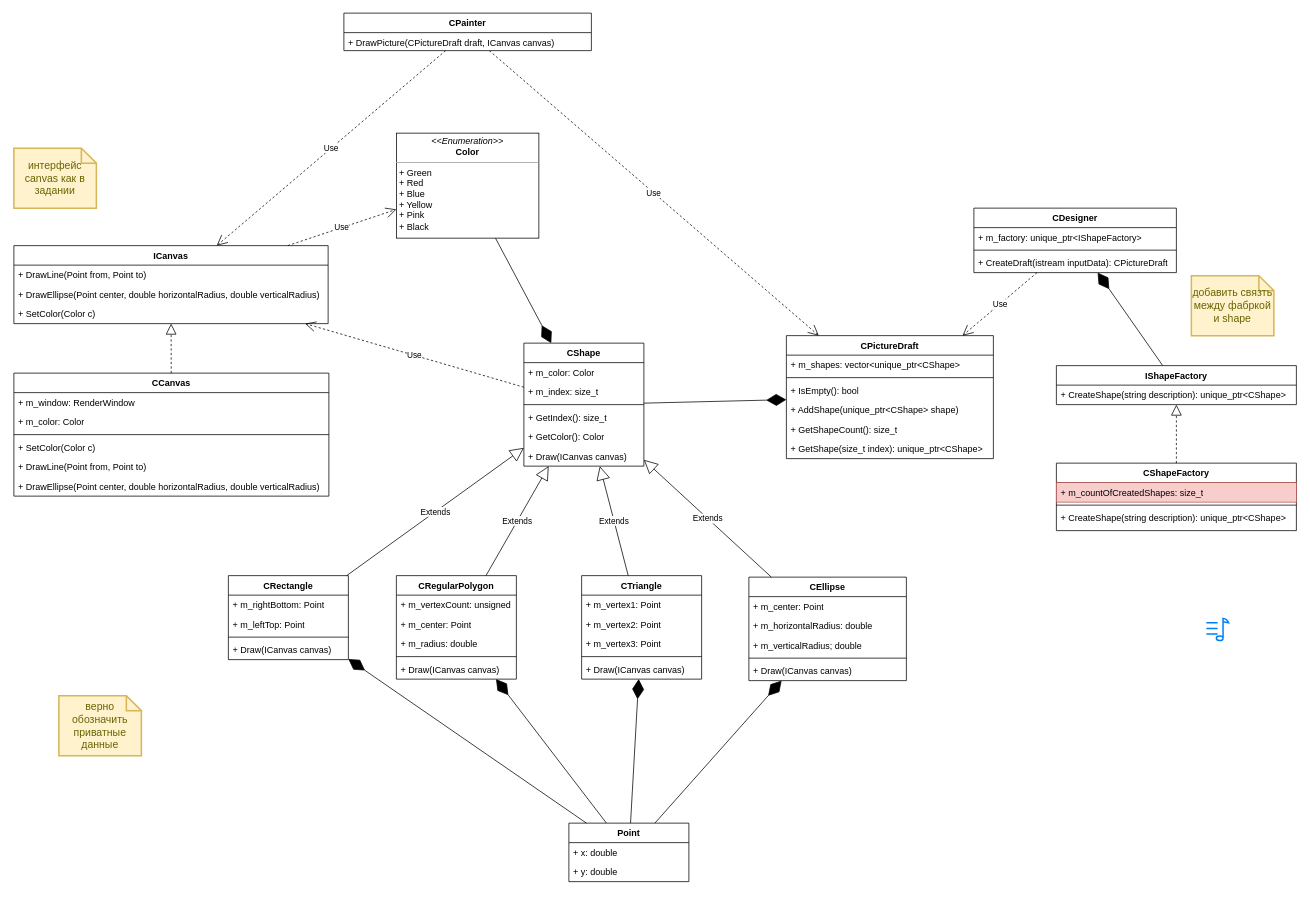
The draw.io diagram lab4/lab4Diagram.drawio in amfunNylord/ood, before the edit. Source tidied: cells renumbered, new cells numbered last; positions are measured from the earlier drawing's top-left corner, leaving out a move shared by most shapes. Both pictures are drawn from the tidied source at 75%, with x=0, y=0 at pixel (14, 13).
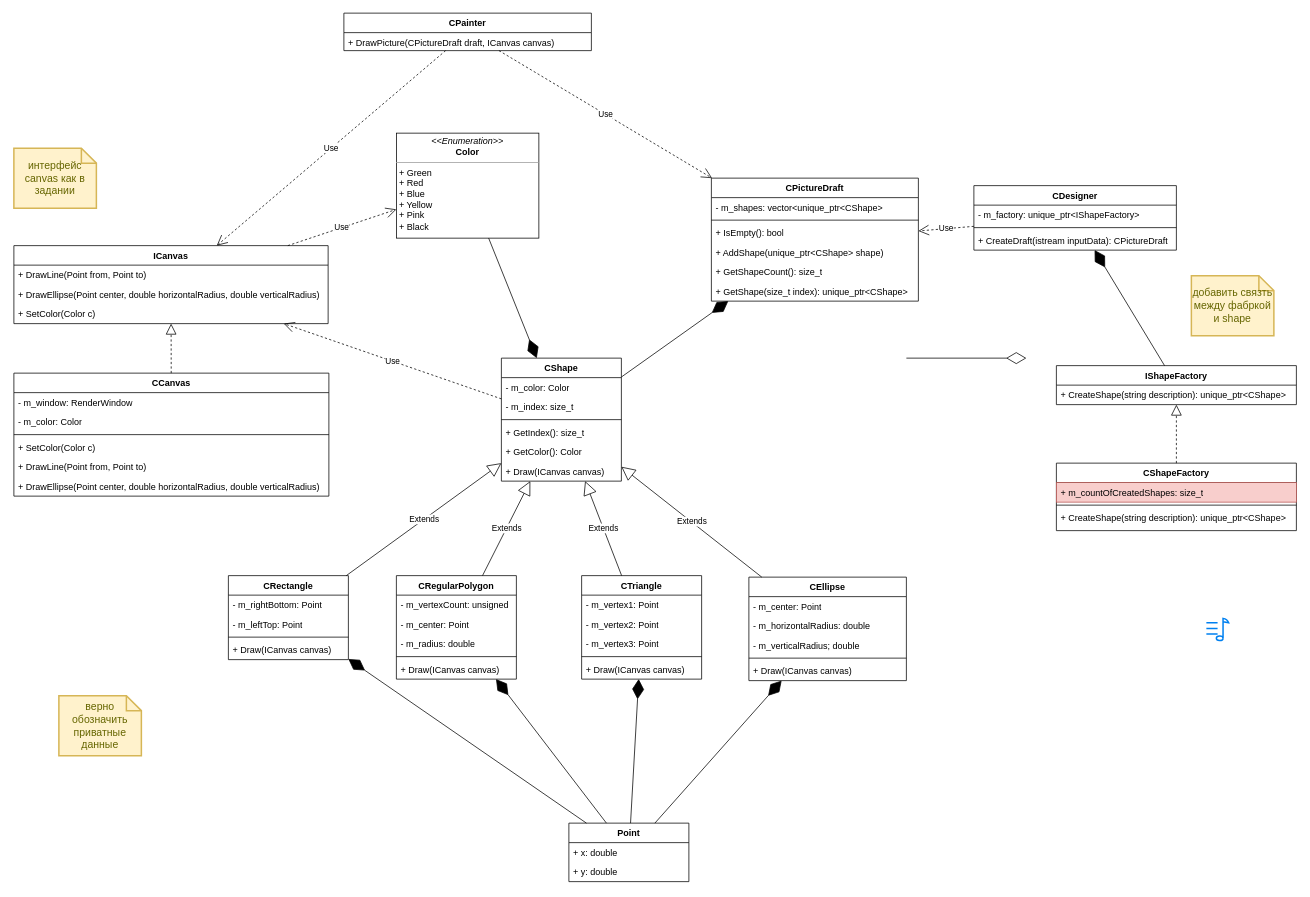
The same page after the edit.

The change refers to these unchanged cells:
```xml
<mxCell id="11" value="CCanvas" style="swimlane;fontStyle=1;align=center;verticalAlign=top;horizontal=1;startSize=26;whiteSpace=wrap;html=1;" parent="1" vertex="1">
  <mxGeometry y="480" width="420" height="164" as="geometry" />
</mxCell>
<mxCell id="22" value="CEllipse" style="swimlane;fontStyle=1;align=center;verticalAlign=top;horizontal=1;startSize=26;whiteSpace=wrap;html=1;" parent="1" vertex="1">
  <mxGeometry x="980" y="752" width="210" height="138" as="geometry" />
</mxCell>
<mxCell id="28" value="CRectangle" style="swimlane;fontStyle=1;align=center;verticalAlign=top;horizontal=1;startSize=26;whiteSpace=wrap;html=1;" parent="1" vertex="1">
  <mxGeometry x="286" y="750" width="160" height="112" as="geometry" />
</mxCell>
<mxCell id="33" value="CRegularPolygon" style="swimlane;fontStyle=1;align=center;verticalAlign=top;horizontal=1;startSize=26;whiteSpace=wrap;html=1;" parent="1" vertex="1">
  <mxGeometry x="510" y="750" width="160" height="138" as="geometry" />
</mxCell>
<mxCell id="50" value="CTriangle" style="swimlane;fontStyle=1;align=center;verticalAlign=top;horizontal=1;startSize=26;whiteSpace=wrap;html=1;" parent="1" vertex="1">
  <mxGeometry x="757" y="750" width="160" height="138" as="geometry" />
</mxCell>
```

The edit, as a diff of the source:
```diff
@@
     <mxCell id="4" value="CPictureDraft" style="swimlane;fontStyle=1;align=center;verticalAlign=top;horizontal=1;startSize=26;whiteSpace=wrap;html=1;" parent="1" vertex="1">
-      <mxGeometry x="1030" y="430" width="276" height="164" as="geometry" />
+      <mxGeometry x="930" y="220" width="276" height="164" as="geometry" />
     </mxCell>
-    <mxCell id="5" value="+ m_shapes: vector&amp;lt;unique_ptr&amp;lt;CShape&amp;gt;" style="text;strokeColor=none;fillColor=none;align=left;verticalAlign=top;spacingLeft=4;spacingRight=4;overflow=hidden;whiteSpace=wrap;html=1;" parent="4" vertex="1">
+    <mxCell id="5" value="- m_shapes: vector&amp;lt;unique_ptr&amp;lt;CShape&amp;gt;" style="text;strokeColor=none;fillColor=none;align=left;verticalAlign=top;spacingLeft=4;spacingRight=4;overflow=hidden;whiteSpace=wrap;html=1;" parent="4" vertex="1">
       <mxGeometry y="26" width="276" height="26" as="geometry" />
     </mxCell>
@@
-    <mxCell id="12" value="+ m_window: RenderWindow" style="text;strokeColor=none;fillColor=none;align=left;verticalAlign=top;spacingLeft=4;spacingRight=4;overflow=hidden;whiteSpace=wrap;html=1;" parent="11" vertex="1">
+    <mxCell id="12" value="- m_window: RenderWindow" style="text;strokeColor=none;fillColor=none;align=left;verticalAlign=top;spacingLeft=4;spacingRight=4;overflow=hidden;whiteSpace=wrap;html=1;" parent="11" vertex="1">
       <mxGeometry y="26" width="420" height="26" as="geometry" />
     </mxCell>
-    <mxCell id="13" value="+ m_color: Color" style="text;strokeColor=none;fillColor=none;align=left;verticalAlign=top;spacingLeft=4;spacingRight=4;overflow=hidden;whiteSpace=wrap;html=1;" parent="11" vertex="1">
+    <mxCell id="13" value="- m_color: Color" style="text;strokeColor=none;fillColor=none;align=left;verticalAlign=top;spacingLeft=4;spacingRight=4;overflow=hidden;whiteSpace=wrap;html=1;" parent="11" vertex="1">
       <mxGeometry y="52" width="420" height="26" as="geometry" />
     </mxCell>
@@
     <mxCell id="18" value="CDesigner" style="swimlane;fontStyle=1;align=center;verticalAlign=top;horizontal=1;startSize=26;whiteSpace=wrap;html=1;" parent="1" vertex="1">
-      <mxGeometry x="1280" y="260" width="270" height="86" as="geometry" />
+      <mxGeometry x="1280" y="230" width="270" height="86" as="geometry" />
     </mxCell>
-    <mxCell id="19" value="+ m_factory: unique_ptr&amp;lt;IShapeFactory&amp;gt;" style="text;strokeColor=none;fillColor=none;align=left;verticalAlign=top;spacingLeft=4;spacingRight=4;overflow=hidden;whiteSpace=wrap;html=1;" parent="18" vertex="1">
+    <mxCell id="19" value="- m_factory: unique_ptr&amp;lt;IShapeFactory&amp;gt;" style="text;strokeColor=none;fillColor=none;align=left;verticalAlign=top;spacingLeft=4;spacingRight=4;overflow=hidden;whiteSpace=wrap;html=1;" parent="18" vertex="1">
       <mxGeometry y="26" width="270" height="26" as="geometry" />
     </mxCell>
@@
-    <mxCell id="23" value="+ m_center: Point" style="text;strokeColor=none;fillColor=none;align=left;verticalAlign=top;spacingLeft=4;spacingRight=4;overflow=hidden;whiteSpace=wrap;html=1;" parent="22" vertex="1">
+    <mxCell id="23" value="- m_center: Point" style="text;strokeColor=none;fillColor=none;align=left;verticalAlign=top;spacingLeft=4;spacingRight=4;overflow=hidden;whiteSpace=wrap;html=1;" parent="22" vertex="1">
       <mxGeometry y="26" width="210" height="26" as="geometry" />
     </mxCell>
-    <mxCell id="24" value="+ m_horizontalRadius: double" style="text;strokeColor=none;fillColor=none;align=left;verticalAlign=top;spacingLeft=4;spacingRight=4;overflow=hidden;whiteSpace=wrap;html=1;" parent="22" vertex="1">
+    <mxCell id="24" value="- m_horizontalRadius: double" style="text;strokeColor=none;fillColor=none;align=left;verticalAlign=top;spacingLeft=4;spacingRight=4;overflow=hidden;whiteSpace=wrap;html=1;" parent="22" vertex="1">
       <mxGeometry y="52" width="210" height="26" as="geometry" />
     </mxCell>
-    <mxCell id="25" value="+ m_verticalRadius; double" style="text;strokeColor=none;fillColor=none;align=left;verticalAlign=top;spacingLeft=4;spacingRight=4;overflow=hidden;whiteSpace=wrap;html=1;" parent="22" vertex="1">
+    <mxCell id="25" value="- m_verticalRadius; double" style="text;strokeColor=none;fillColor=none;align=left;verticalAlign=top;spacingLeft=4;spacingRight=4;overflow=hidden;whiteSpace=wrap;html=1;" parent="22" vertex="1">
       <mxGeometry y="78" width="210" height="26" as="geometry" />
     </mxCell>
@@
-    <mxCell id="29" value="+ m_rightBottom: Point" style="text;strokeColor=none;fillColor=none;align=left;verticalAlign=top;spacingLeft=4;spacingRight=4;overflow=hidden;whiteSpace=wrap;html=1;" parent="28" vertex="1">
+    <mxCell id="29" value="- m_rightBottom: Point" style="text;strokeColor=none;fillColor=none;align=left;verticalAlign=top;spacingLeft=4;spacingRight=4;overflow=hidden;whiteSpace=wrap;html=1;" parent="28" vertex="1">
       <mxGeometry y="26" width="160" height="26" as="geometry" />
     </mxCell>
-    <mxCell id="30" value="+ m_leftTop: Point" style="text;strokeColor=none;fillColor=none;align=left;verticalAlign=top;spacingLeft=4;spacingRight=4;overflow=hidden;whiteSpace=wrap;html=1;" parent="28" vertex="1">
+    <mxCell id="30" value="- m_leftTop: Point" style="text;strokeColor=none;fillColor=none;align=left;verticalAlign=top;spacingLeft=4;spacingRight=4;overflow=hidden;whiteSpace=wrap;html=1;" parent="28" vertex="1">
       <mxGeometry y="52" width="160" height="26" as="geometry" />
     </mxCell>
@@
-    <mxCell id="34" value="+ m_vertexCount: unsigned" style="text;strokeColor=none;fillColor=none;align=left;verticalAlign=top;spacingLeft=4;spacingRight=4;overflow=hidden;whiteSpace=wrap;html=1;" parent="33" vertex="1">
+    <mxCell id="34" value="- m_vertexCount: unsigned" style="text;strokeColor=none;fillColor=none;align=left;verticalAlign=top;spacingLeft=4;spacingRight=4;overflow=hidden;whiteSpace=wrap;html=1;" parent="33" vertex="1">
       <mxGeometry y="26" width="160" height="26" as="geometry" />
     </mxCell>
-    <mxCell id="35" value="+ m_center: Point" style="text;strokeColor=none;fillColor=none;align=left;verticalAlign=top;spacingLeft=4;spacingRight=4;overflow=hidden;whiteSpace=wrap;html=1;" parent="33" vertex="1">
+    <mxCell id="35" value="- m_center: Point" style="text;strokeColor=none;fillColor=none;align=left;verticalAlign=top;spacingLeft=4;spacingRight=4;overflow=hidden;whiteSpace=wrap;html=1;" parent="33" vertex="1">
       <mxGeometry y="52" width="160" height="26" as="geometry" />
     </mxCell>
-    <mxCell id="36" value="+ m_radius: double" style="text;strokeColor=none;fillColor=none;align=left;verticalAlign=top;spacingLeft=4;spacingRight=4;overflow=hidden;whiteSpace=wrap;html=1;" parent="33" vertex="1">
+    <mxCell id="36" value="- m_radius: double" style="text;strokeColor=none;fillColor=none;align=left;verticalAlign=top;spacingLeft=4;spacingRight=4;overflow=hidden;whiteSpace=wrap;html=1;" parent="33" vertex="1">
       <mxGeometry y="78" width="160" height="26" as="geometry" />
     </mxCell>
@@
     <mxCell id="39" value="CShape" style="swimlane;fontStyle=1;align=center;verticalAlign=top;horizontal=1;startSize=26;whiteSpace=wrap;html=1;" parent="1" vertex="1">
-      <mxGeometry x="680" y="440" width="160" height="164" as="geometry" />
+      <mxGeometry x="650" y="460" width="160" height="164" as="geometry" />
     </mxCell>
-    <mxCell id="40" value="+ m_color: Color" style="text;strokeColor=none;fillColor=none;align=left;verticalAlign=top;spacingLeft=4;spacingRight=4;overflow=hidden;whiteSpace=wrap;html=1;" parent="39" vertex="1">
+    <mxCell id="40" value="- m_color: Color" style="text;strokeColor=none;fillColor=none;align=left;verticalAlign=top;spacingLeft=4;spacingRight=4;overflow=hidden;whiteSpace=wrap;html=1;" parent="39" vertex="1">
       <mxGeometry y="26" width="160" height="26" as="geometry" />
     </mxCell>
-    <mxCell id="41" value="+ m_index: size_t" style="text;strokeColor=none;fillColor=none;align=left;verticalAlign=top;spacingLeft=4;spacingRight=4;overflow=hidden;whiteSpace=wrap;html=1;" parent="39" vertex="1">
+    <mxCell id="41" value="- m_index: size_t" style="text;strokeColor=none;fillColor=none;align=left;verticalAlign=top;spacingLeft=4;spacingRight=4;overflow=hidden;whiteSpace=wrap;html=1;" parent="39" vertex="1">
       <mxGeometry y="52" width="160" height="26" as="geometry" />
     </mxCell>
@@
-    <mxCell id="51" value="+ m_vertex1: Point" style="text;strokeColor=none;fillColor=none;align=left;verticalAlign=top;spacingLeft=4;spacingRight=4;overflow=hidden;whiteSpace=wrap;html=1;" parent="50" vertex="1">
+    <mxCell id="51" value="- m_vertex1: Point" style="text;strokeColor=none;fillColor=none;align=left;verticalAlign=top;spacingLeft=4;spacingRight=4;overflow=hidden;whiteSpace=wrap;html=1;" parent="50" vertex="1">
       <mxGeometry y="26" width="160" height="26" as="geometry" />
     </mxCell>
-    <mxCell id="52" value="+ m_vertex2: Point" style="text;strokeColor=none;fillColor=none;align=left;verticalAlign=top;spacingLeft=4;spacingRight=4;overflow=hidden;whiteSpace=wrap;html=1;" parent="50" vertex="1">
+    <mxCell id="52" value="- m_vertex2: Point" style="text;strokeColor=none;fillColor=none;align=left;verticalAlign=top;spacingLeft=4;spacingRight=4;overflow=hidden;whiteSpace=wrap;html=1;" parent="50" vertex="1">
       <mxGeometry y="52" width="160" height="26" as="geometry" />
     </mxCell>
-    <mxCell id="53" value="+ m_vertex3: Point" style="text;strokeColor=none;fillColor=none;align=left;verticalAlign=top;spacingLeft=4;spacingRight=4;overflow=hidden;whiteSpace=wrap;html=1;" parent="50" vertex="1">
+    <mxCell id="53" value="- m_vertex3: Point" style="text;strokeColor=none;fillColor=none;align=left;verticalAlign=top;spacingLeft=4;spacingRight=4;overflow=hidden;whiteSpace=wrap;html=1;" parent="50" vertex="1">
       <mxGeometry y="78" width="160" height="26" as="geometry" />
     </mxCell>
@@
+    <mxCell id="88" style="endArrow=diamondThin;endFill=0;endSize=24;html=1;rounded=0;" parent="1" edge="1">
+      <mxGeometry relative="1" as="geometry">
+        <mxPoint x="1190" y="460" as="sourcePoint" />
+        <mxPoint x="1350" y="460" as="targetPoint" />
+      </mxGeometry>
+    </mxCell>
```
